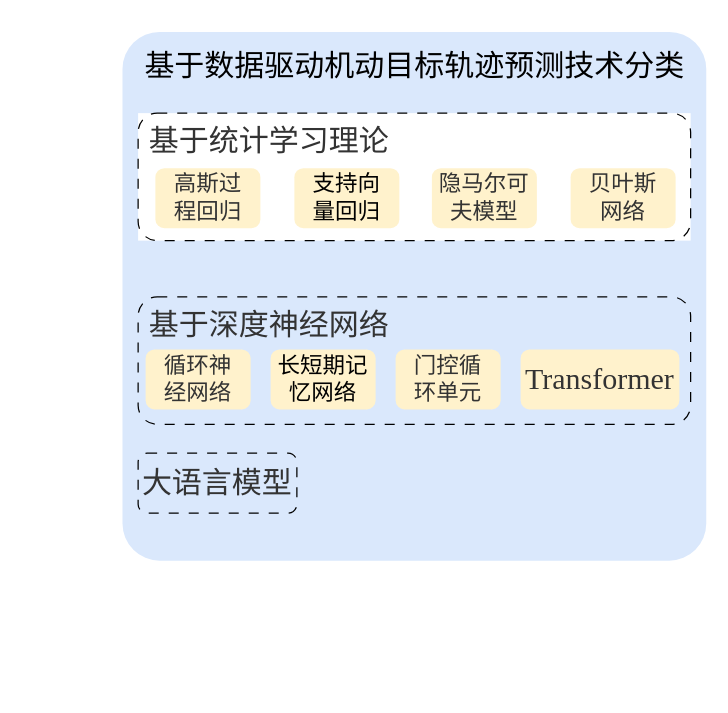
Earlier version of the draw.io diagram 框架2.drawio (master-fency/plot). Source tidied: cells renumbered, new cells numbered last; positions are measured from the earlier drawing's top-left corner, leaving out a move shared by most shapes. Both pictures are drawn from the tidied source at 125%, with x=0, y=0 at pixel (121, 31).
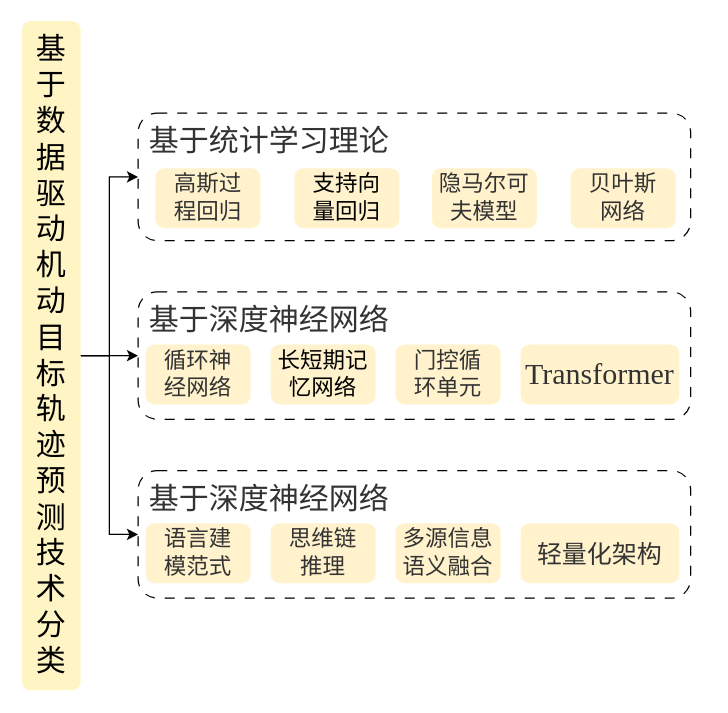
Above is the later version.

The change refers to these unchanged cells:
```xml
<mxCell id="4" value="&lt;div style=&quot;line-height: 150%;&quot;&gt;&lt;span style=&quot;font-size: 24px; font-family: &amp;quot;Times New Roman&amp;quot;; background-color: transparent; color: light-dark(rgb(51, 51, 51), rgb(193, 193, 193));&quot;&gt;基于深度神经网络&lt;/span&gt;&lt;/div&gt;" style="rounded=1;whiteSpace=wrap;html=1;fillColor=none;fontColor=#333333;strokeColor=#000000;align=left;verticalAlign=top;spacingTop=7.874;spacingLeft=7.874;dashed=1;dashPattern=8 8;" parent="3" vertex="1">
  <mxGeometry width="442" height="102" as="geometry" />
</mxCell>
<mxCell id="11" value="&lt;div style=&quot;line-height: 150%;&quot;&gt;&lt;span style=&quot;font-size: 24px; font-family: &amp;quot;Times New Roman&amp;quot;; background-color: transparent; color: light-dark(rgb(51, 51, 51), rgb(193, 193, 193));&quot;&gt;基于统计学习理论&lt;/span&gt;&lt;/div&gt;" style="rounded=1;whiteSpace=wrap;html=1;fillColor=none;fontColor=#333333;strokeColor=#000000;align=left;verticalAlign=top;spacingTop=7.874;spacingLeft=7.874;dashed=1;dashPattern=8 8;" parent="10" vertex="1">
  <mxGeometry width="442" height="102" as="geometry" />
</mxCell>
```

Change to the diagram source:
```diff
@@
+    <mxCell id="18" style="edgeStyle=orthogonalEdgeStyle;rounded=0;jettySize=auto;html=1;exitX=1;exitY=0.5;exitDx=0;exitDy=0;entryX=0;entryY=0.5;entryDx=0;entryDy=0;fontFamily=Helvetica;fontSize=12;fontColor=default;" parent="1" edge="1" source="2" target="4">
+      <mxGeometry relative="1" as="geometry" />
+    </mxCell>
+    <mxCell id="19" style="edgeStyle=orthogonalEdgeStyle;rounded=0;jettySize=auto;html=1;exitX=1;exitY=0.5;exitDx=0;exitDy=0;entryX=0;entryY=0.5;entryDx=0;entryDy=0;fontFamily=Helvetica;fontSize=12;fontColor=default;" parent="1" edge="1" source="2" target="11">
+      <mxGeometry relative="1" as="geometry" />
+    </mxCell>
+    <mxCell id="20" style="edgeStyle=orthogonalEdgeStyle;rounded=0;jettySize=auto;html=1;exitX=1;exitY=0.5;exitDx=0;exitDy=0;entryX=0;entryY=0.5;entryDx=0;entryDy=0;fontFamily=Helvetica;fontSize=12;fontColor=default;" parent="1" edge="1" source="2" target="22">
+      <mxGeometry relative="1" as="geometry" />
+    </mxCell>
-    <mxCell id="2" value="&lt;span class=&quot;a0&quot;&gt;&lt;font face=&quot;Times New Roman&quot; style=&quot;font-size: 24px;&quot;&gt;基于数据驱动机动目标轨迹预测技术分类&lt;/font&gt;&lt;/span&gt;" style="rounded=1;whiteSpace=wrap;html=1;fillColor=#dae8fc;strokeColor=none;arcSize=7;verticalAlign=top;spacingTop=7.874;" parent="1" vertex="1">
-      <mxGeometry x="0.5" width="467" height="423" as="geometry" />
+    <mxCell id="2" value="&lt;span class=&quot;a0&quot;&gt;&lt;font face=&quot;Times New Roman&quot; style=&quot;font-size: 24px;&quot;&gt;基于数据驱动机动目标轨迹预测技术分类&lt;/font&gt;&lt;/span&gt;" style="rounded=1;whiteSpace=wrap;html=1;fillColor=#FFF4C3;strokeColor=none;" parent="1" vertex="1">
+      <mxGeometry x="-80" y="-8.8" width="47" height="535.5" as="geometry" />
     </mxCell>
     <mxCell id="3" style="group;" parent="1" vertex="1">
-      <mxGeometry x="13" y="212" width="442" height="102" as="geometry" />
+      <mxGeometry x="13" y="208" width="442" height="102" as="geometry" />
     </mxCell>
@@
-    <mxCell id="10" style="group;strokeColor=none;fillColor=default;" parent="1" vertex="1">
+    <mxCell id="10" style="group;strokeColor=none;" parent="1" vertex="1">
       <mxGeometry x="13" y="65" width="442" height="102" as="geometry" />
     </mxCell>
@@
-    <mxCell id="17" value="&lt;pre&gt;&lt;span style=&quot;color: rgb(51, 51, 51); font-family: &amp;quot;Times New Roman&amp;quot;; font-size: 24px; white-space: normal;&quot;&gt;大语言模型&lt;/span&gt;&lt;/pre&gt;" style="rounded=1;whiteSpace=wrap;html=1;fillColor=none;strokeColor=#000000;dashed=1;dashPattern=8 8;" parent="1" vertex="1">
-      <mxGeometry x="13" y="337" width="127" height="48" as="geometry" />
-    </mxCell>
+    <mxCell id="21" style="group;" parent="1" vertex="1">
+      <mxGeometry x="13" y="351" width="442" height="102" as="geometry" />
+    </mxCell>
+    <mxCell id="22" value="&lt;div style=&quot;line-height: 150%;&quot;&gt;&lt;span style=&quot;font-size: 24px; font-family: &amp;quot;Times New Roman&amp;quot;; background-color: transparent; color: light-dark(rgb(51, 51, 51), rgb(193, 193, 193));&quot;&gt;基于深度神经网络&lt;/span&gt;&lt;/div&gt;" style="rounded=1;whiteSpace=wrap;html=1;fillColor=none;fontColor=#333333;strokeColor=#000000;align=left;verticalAlign=top;spacingTop=7.874;spacingLeft=7.874;dashed=1;dashPattern=8 8;" parent="21" vertex="1">
+      <mxGeometry width="442" height="102" as="geometry" />
+    </mxCell>
+    <mxCell id="23" style="group;" parent="21" vertex="1">
+      <mxGeometry x="6" y="42" width="427" height="48" as="geometry" />
+    </mxCell>
+    <mxCell id="24" value="&lt;pre&gt;&lt;span style=&quot;color: rgb(51, 51, 51); font-family: &amp;quot;Times New Roman&amp;quot;; white-space: normal;&quot;&gt;&lt;font style=&quot;font-size: 18px;&quot;&gt;思维链&lt;br&gt;推理&lt;/font&gt;&lt;/span&gt;&lt;/pre&gt;" style="rounded=1;whiteSpace=wrap;html=1;fillColor=#fff2cc;strokeColor=none;" parent="23" vertex="1">
+      <mxGeometry x="100" width="84" height="48" as="geometry" />
+    </mxCell>
+    <mxCell id="25" value="&lt;pre&gt;&lt;span style=&quot;color: rgb(51, 51, 51); font-family: &amp;quot;Times New Roman&amp;quot;; white-space: normal;&quot;&gt;&lt;font style=&quot;font-size: 18px;&quot;&gt;语言建&lt;br&gt;模范式&lt;/font&gt;&lt;/span&gt;&lt;/pre&gt;" style="rounded=1;whiteSpace=wrap;html=1;fillColor=#fff2cc;strokeColor=none;" parent="23" vertex="1">
+      <mxGeometry width="84" height="48" as="geometry" />
+    </mxCell>
+    <mxCell id="26" value="&lt;pre&gt;&lt;span style=&quot;color: rgb(51, 51, 51); font-family: &amp;quot;Times New Roman&amp;quot;; white-space: normal;&quot;&gt;&lt;font style=&quot;font-size: 18px;&quot;&gt;多源信息语义融合&lt;/font&gt;&lt;/span&gt;&lt;/pre&gt;" style="rounded=1;whiteSpace=wrap;html=1;fillColor=#fff2cc;strokeColor=none;" parent="23" vertex="1">
+      <mxGeometry x="200" width="84" height="48" as="geometry" />
+    </mxCell>
+    <mxCell id="27" value="&lt;pre&gt;&lt;span style=&quot;color: rgb(51, 51, 51); font-family: &amp;quot;Times New Roman&amp;quot;; white-space: normal;&quot;&gt;&lt;font style=&quot;font-size: 20px;&quot;&gt;轻量化架构&lt;/font&gt;&lt;/span&gt;&lt;/pre&gt;" style="rounded=1;whiteSpace=wrap;html=1;fillColor=#fff2cc;strokeColor=none;" parent="23" vertex="1">
+      <mxGeometry x="300" width="127" height="48" as="geometry" />
+    </mxCell>
```
